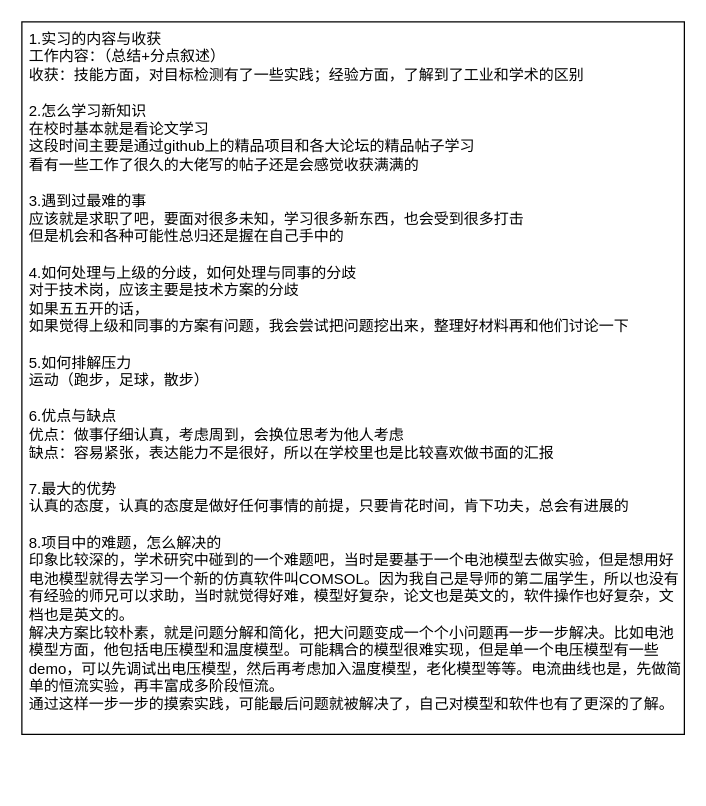
The draw.io diagram HR面试.drawio in limpid-11/drawio, before the edit. Source tidied: cells renumbered, new cells numbered last; positions are measured from the earlier drawing's top-left corner, leaving out a move shared by most shapes. Both pictures are drawn from the tidied source at 125%, with x=0, y=0 at pixel (21, 21).
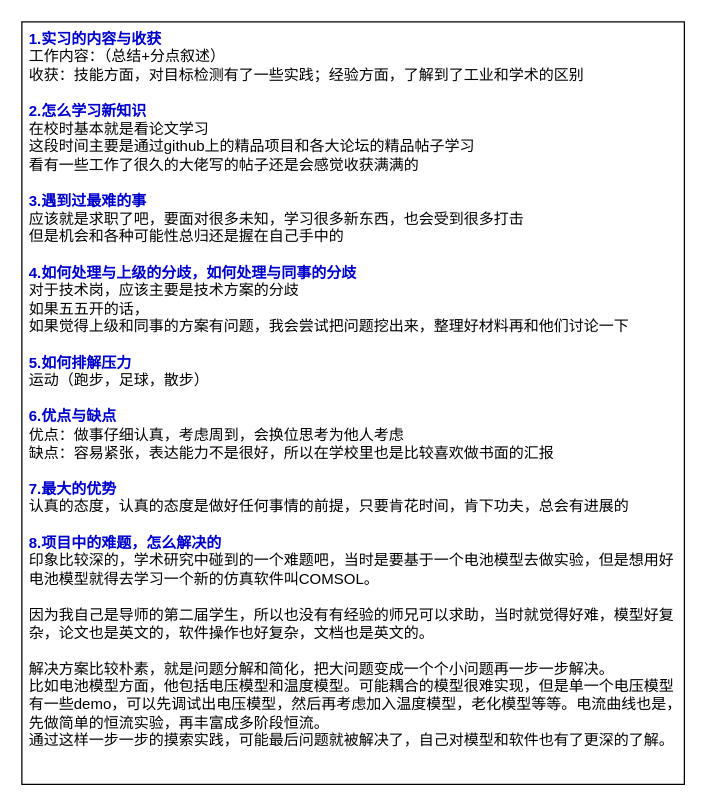
The same diagram, later.

The edit, as a diff of the source:
```diff
@@
 <mxGraphModel>
   <root>
     <mxCell id="0" />
     <mxCell id="1" parent="0" />
-    <mxCell id="2" value="1.实习的内容与收获&lt;div&gt;工作内容：（总结+分点叙述）&lt;/div&gt;&lt;div&gt;收获：&lt;span style=&quot;background-color: initial;&quot;&gt;技能方面，对目标检测有了一些实践；&lt;/span&gt;&lt;span style=&quot;background-color: initial;&quot;&gt;经验方面，了解到了工业和学术的区别&lt;/span&gt;&lt;/div&gt;&lt;div&gt;&lt;br&gt;&lt;/div&gt;&lt;div&gt;2.怎么学习新知识&lt;/div&gt;&lt;div&gt;在校时基本就是看论文学习&lt;/div&gt;&lt;div&gt;这段时间主要是通过github上的精品项目和各大论坛的精品帖子学习&lt;/div&gt;&lt;div&gt;看有一些工作了很久的大佬写的帖子还是会感觉收获满满的&lt;/div&gt;&lt;div&gt;&lt;br&gt;&lt;/div&gt;&lt;div&gt;3.遇到过最难的事&lt;/div&gt;&lt;div&gt;应该就是求职了吧，要面对很多未知，学习很多新东西，也会受到很多打击&lt;/div&gt;&lt;div&gt;但是机会和各种可能性总归还是握在自己手中的&lt;/div&gt;&lt;div&gt;&lt;br&gt;&lt;/div&gt;&lt;div&gt;4.如何处理与上级的分歧，如何处理与同事的分歧&lt;/div&gt;&lt;div&gt;对于技术岗，应该主要是技术方案的分歧&lt;/div&gt;&lt;div&gt;如果五五开的话，&lt;/div&gt;&lt;div&gt;如果觉得上级和同事的方案有问题，我会尝试把问题挖出来，整理好材料再和他们讨论一下&lt;/div&gt;&lt;div&gt;&lt;br&gt;&lt;/div&gt;&lt;div&gt;5.如何排解压力&lt;/div&gt;&lt;div&gt;运动（跑步，足球，散步）&lt;/div&gt;&lt;div&gt;&lt;br&gt;&lt;/div&gt;&lt;div&gt;6.优点与缺点&lt;/div&gt;&lt;div&gt;优点：做事仔细认真，考虑周到，会换位思考为他人考虑&lt;/div&gt;&lt;div&gt;缺点：容易紧张，表达能力不是很好，所以在学校里也是比较喜欢做书面的汇报&lt;/div&gt;&lt;div&gt;&lt;br&gt;&lt;/div&gt;&lt;div&gt;7.最大的优势&lt;/div&gt;&lt;div&gt;认真的态度，认真的态度是做好任何事情的前提，只要肯花时间，肯下功夫，总会有进展的&lt;/div&gt;&lt;div&gt;&lt;br&gt;&lt;/div&gt;&lt;div&gt;8.项目中的难题，怎么解决的&lt;/div&gt;&lt;div&gt;印象比较深的，学术研究中碰到的一个难题吧，当时是要基于一个电池模型去做实验，但是想用好电池模型就得去学习一个新的仿真软件叫COMSOL。因为我自己是导师的第二届学生，所以也没有有经验的师兄可以求助，当时就觉得好难，模型好复杂，论文也是英文的，软件操作也好复杂，文档也是英文的。&lt;/div&gt;&lt;div&gt;解决方案比较朴素，就是问题分解和简化，把大问题变成一个个小问题再一步一步解决。比如电池模型方面，他包括电压模型和温度模型。可能耦合的模型很难实现，但是单一个电压模型有一些demo，可以先调试出电压模型，然后再考虑加入温度模型，老化模型等等。电流曲线也是，先做简单的恒流实验，再丰富成多阶段恒流。&lt;/div&gt;&lt;div&gt;通过这样一步一步的摸索实践，可能最后问题就被解决了，自己对模型和软件也有了更深的了解。&lt;/div&gt;&lt;div&gt;&lt;br&gt;&lt;/div&gt;" style="rounded=0;whiteSpace=wrap;html=1;align=left;verticalAlign=top;spacingLeft=4;" parent="1" vertex="1">
-      <mxGeometry width="530" height="570" as="geometry" />
+    <mxCell id="2" value="&lt;font color=&quot;#0000cc&quot;&gt;&lt;b&gt;1.实习的内容与收获&lt;/b&gt;&lt;/font&gt;&lt;div&gt;工作内容：（总结+分点叙述）&lt;/div&gt;&lt;div&gt;收获：&lt;span style=&quot;background-color: initial;&quot;&gt;技能方面，对目标检测有了一些实践；&lt;/span&gt;&lt;span style=&quot;background-color: initial;&quot;&gt;经验方面，了解到了工业和学术的区别&lt;/span&gt;&lt;/div&gt;&lt;div&gt;&lt;br&gt;&lt;/div&gt;&lt;div&gt;&lt;font color=&quot;#0000cc&quot;&gt;&lt;b&gt;2.怎么学习新知识&lt;/b&gt;&lt;/font&gt;&lt;/div&gt;&lt;div&gt;在校时基本就是看论文学习&lt;/div&gt;&lt;div&gt;这段时间主要是通过github上的精品项目和各大论坛的精品帖子学习&lt;/div&gt;&lt;div&gt;看有一些工作了很久的大佬写的帖子还是会感觉收获满满的&lt;/div&gt;&lt;div&gt;&lt;br&gt;&lt;/div&gt;&lt;div&gt;&lt;font color=&quot;#0000cc&quot;&gt;&lt;b&gt;3.遇到过最难的事&lt;/b&gt;&lt;/font&gt;&lt;/div&gt;&lt;div&gt;应该就是求职了吧，要面对很多未知，学习很多新东西，也会受到很多打击&lt;/div&gt;&lt;div&gt;但是机会和各种可能性总归还是握在自己手中的&lt;/div&gt;&lt;div&gt;&lt;br&gt;&lt;/div&gt;&lt;div&gt;&lt;font color=&quot;#0000cc&quot;&gt;&lt;b&gt;4.如何处理与上级的分歧，如何处理与同事的分歧&lt;/b&gt;&lt;/font&gt;&lt;/div&gt;&lt;div&gt;对于技术岗，应该主要是技术方案的分歧&lt;/div&gt;&lt;div&gt;如果五五开的话，&lt;/div&gt;&lt;div&gt;如果觉得上级和同事的方案有问题，我会尝试把问题挖出来，整理好材料再和他们讨论一下&lt;/div&gt;&lt;div&gt;&lt;br&gt;&lt;/div&gt;&lt;div&gt;&lt;font color=&quot;#0000cc&quot;&gt;&lt;b&gt;5.如何排解压力&lt;/b&gt;&lt;/font&gt;&lt;/div&gt;&lt;div&gt;运动（跑步，足球，散步）&lt;/div&gt;&lt;div&gt;&lt;br&gt;&lt;/div&gt;&lt;div&gt;&lt;font color=&quot;#0000cc&quot;&gt;&lt;b&gt;6.优点与缺点&lt;/b&gt;&lt;/font&gt;&lt;/div&gt;&lt;div&gt;优点：做事仔细认真，考虑周到，会换位思考为他人考虑&lt;/div&gt;&lt;div&gt;缺点：容易紧张，表达能力不是很好，所以在学校里也是比较喜欢做书面的汇报&lt;/div&gt;&lt;div&gt;&lt;br&gt;&lt;/div&gt;&lt;div&gt;&lt;font color=&quot;#0000cc&quot;&gt;&lt;b&gt;7.最大的优势&lt;/b&gt;&lt;/font&gt;&lt;/div&gt;&lt;div&gt;认真的态度，认真的态度是做好任何事情的前提，只要肯花时间，肯下功夫，总会有进展的&lt;/div&gt;&lt;div&gt;&lt;br&gt;&lt;/div&gt;&lt;div&gt;&lt;font color=&quot;#0000cc&quot;&gt;&lt;b&gt;8.项目中的难题，怎么解决的&lt;/b&gt;&lt;/font&gt;&lt;/div&gt;&lt;div&gt;印象比较深的，学术研究中碰到的一个难题吧，当时是要基于一个电池模型去做实验，但是想用好电池模型就得去学习一个新的仿真软件叫COMSOL。&lt;/div&gt;&lt;div&gt;&lt;br&gt;&lt;/div&gt;&lt;div&gt;因为我自己是导师的第二届学生，所以也没有有经验的师兄可以求助，当时就觉得好难，模型好复杂，论文也是英文的，软件操作也好复杂，文档也是英文的。&lt;/div&gt;&lt;div&gt;&lt;br&gt;&lt;/div&gt;&lt;div&gt;解决方案比较朴素，就是问题分解和简化，把大问题变成一个个小问题再一步一步解决。&lt;/div&gt;&lt;div&gt;比如电池模型方面，他包括电压模型和温度模型。可能耦合的模型很难实现，但是单一个电压模型有一些demo，可以先调试出电压模型，然后再考虑加入温度模型，老化模型等等。电流曲线也是，先做简单的恒流实验，再丰富成多阶段恒流。&lt;/div&gt;&lt;div&gt;通过这样一步一步的摸索实践，可能最后问题就被解决了，自己对模型和软件也有了更深的了解。&lt;/div&gt;&lt;div&gt;&lt;br&gt;&lt;/div&gt;" style="rounded=0;whiteSpace=wrap;html=1;align=left;verticalAlign=top;spacingLeft=4;" parent="1" vertex="1">
+      <mxGeometry width="530" height="610" as="geometry" />
     </mxCell>
   </root>
 </mxGraphModel>
```
